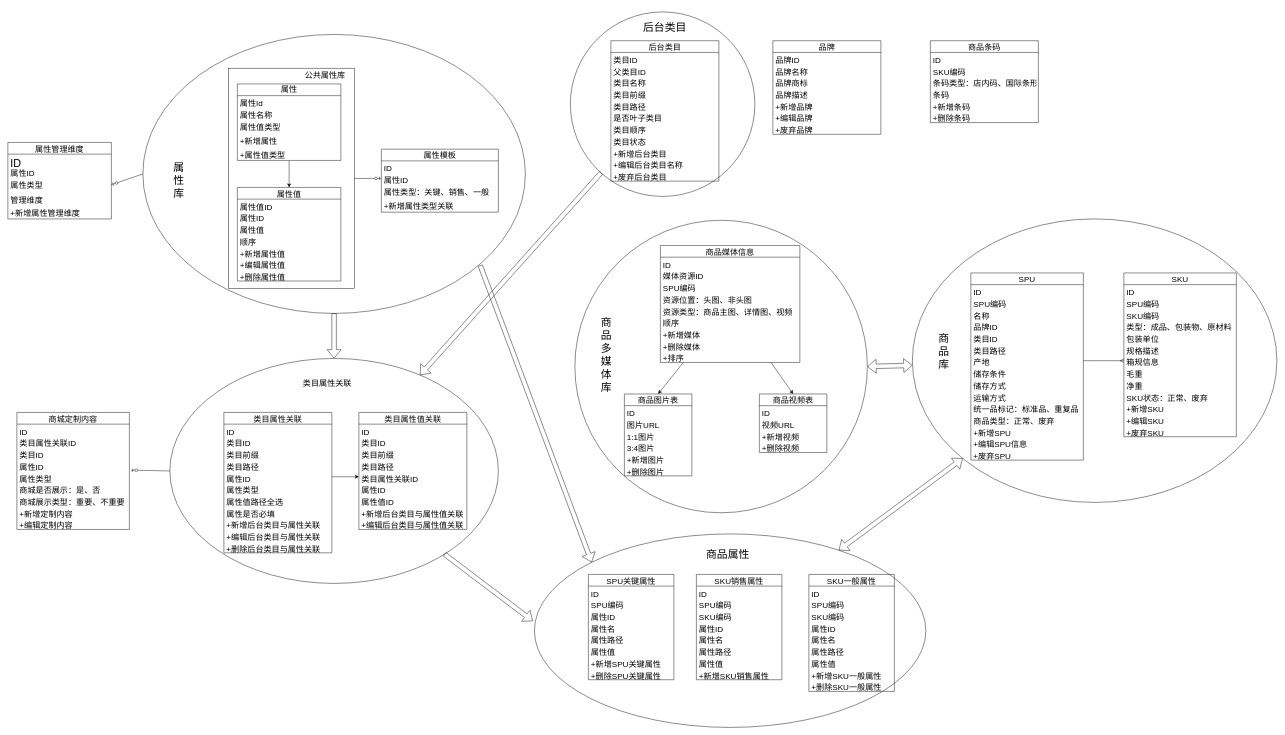
This is mode Diagram.drawio from baizi/draw, a draw.io file, before an edit. Source tidied: cells renumbered, new cells numbered last; positions are measured from the earlier drawing's top-left corner, leaving out a move shared by most shapes. Both pictures are drawn from the tidied source at 45%, with x=0, y=0 at pixel (8, 12).
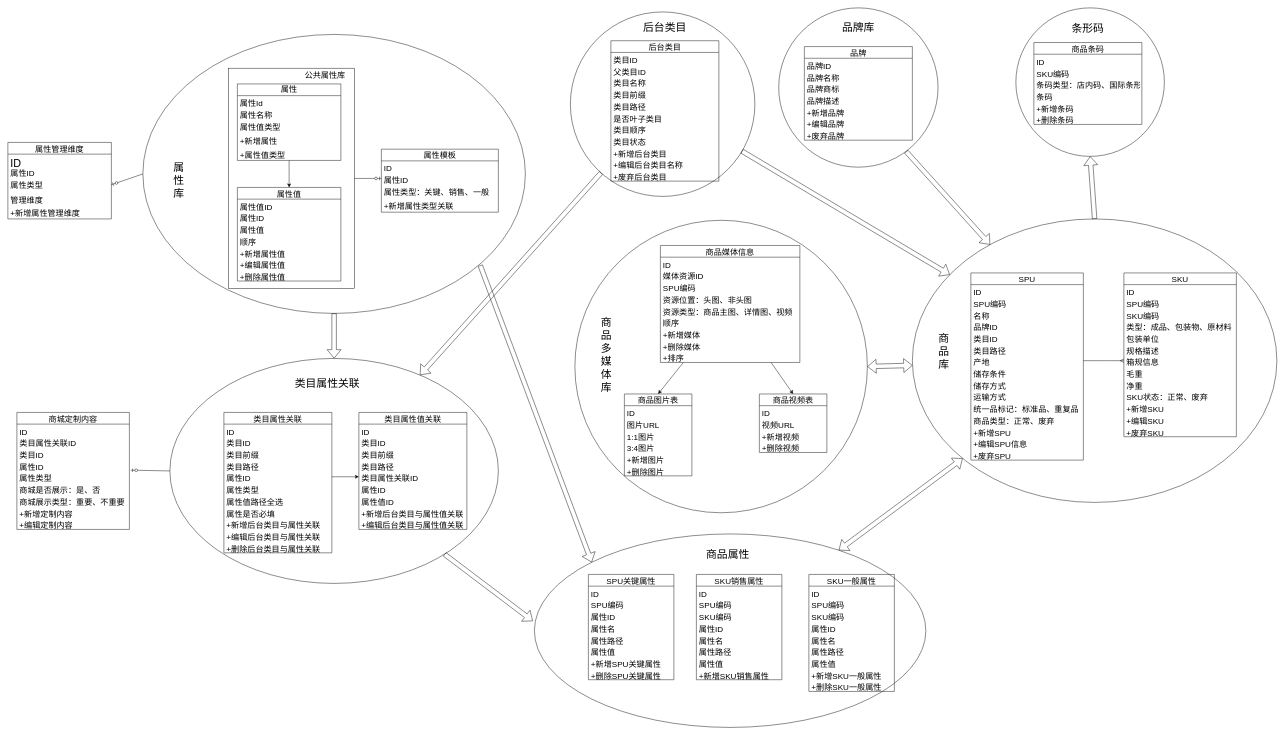
The same page after the edit.

The change refers to these unchanged cells:
```xml
<mxCell id="2" style="ellipse;whiteSpace=wrap;html=1;fontSize=24;" parent="1" vertex="1">
  <mxGeometry x="1250" width="410" height="410" as="geometry" />
</mxCell>
<mxCell id="5" style="ellipse;whiteSpace=wrap;html=1;fontSize=18;" parent="1" vertex="1">
  <mxGeometry x="2010" y="460" width="810" height="630" as="geometry" />
</mxCell>
```

Change to the diagram source:
```diff
@@
+    <mxCell id="195" style="ellipse;whiteSpace=wrap;html=1;fontSize=24;" parent="1" vertex="1">
+      <mxGeometry x="2240" y="-9" width="330" height="330" as="geometry" />
+    </mxCell>
+    <mxCell id="196" style="ellipse;whiteSpace=wrap;html=1;fontSize=24;" parent="1" vertex="1">
+      <mxGeometry x="1713" y="-9" width="354" height="354" as="geometry" />
+    </mxCell>
@@
-    <mxCell id="70" value="类目属性关联" style="text;html=1;strokeColor=none;fillColor=none;align=center;verticalAlign=middle;whiteSpace=wrap;rounded=0;fontSize=18;" parent="1" vertex="1">
+    <mxCell id="70" value="&lt;font style=&quot;font-size: 24px;&quot;&gt;类目属性关联&lt;/font&gt;" style="text;html=1;strokeColor=none;fillColor=none;align=center;verticalAlign=middle;whiteSpace=wrap;rounded=0;fontSize=18;" parent="1" vertex="1">
       <mxGeometry x="630" y="810" width="160" height="30" as="geometry" />
     </mxCell>
@@
     <mxCell id="87" value="品牌" style="swimlane;fontStyle=0;horizontal=1;startSize=26;fillColor=none;fontSize=18;" parent="1" vertex="1">
-      <mxGeometry x="1700" y="64" width="240" height="208" as="geometry" />
+      <mxGeometry x="1770" y="77" width="240" height="208" as="geometry" />
     </mxCell>
@@
     <mxCell id="95" value="商品条码" style="swimlane;fontStyle=0;horizontal=1;startSize=26;fillColor=none;fontSize=18;" parent="1" vertex="1">
-      <mxGeometry x="2050" y="64" width="240" height="182" as="geometry" />
+      <mxGeometry x="2280" y="68" width="240" height="182" as="geometry" />
     </mxCell>
@@
+    <mxCell id="197" value="品牌库" style="text;html=1;strokeColor=none;fillColor=none;align=center;verticalAlign=middle;whiteSpace=wrap;rounded=0;fontSize=24;" parent="1" vertex="1">
+      <mxGeometry x="1845" y="20" width="90" height="30" as="geometry" />
+    </mxCell>
+    <mxCell id="198" value="条形码" style="text;html=1;strokeColor=none;fillColor=none;align=center;verticalAlign=middle;whiteSpace=wrap;rounded=0;fontSize=24;" parent="1" vertex="1">
+      <mxGeometry x="2355" y="21" width="90" height="30" as="geometry" />
+    </mxCell>
+    <mxCell id="199" style="shape=flexArrow;endArrow=classic;html=1;rounded=0;fontSize=24;" parent="1" edge="1" source="2" target="5">
+      <mxGeometry relative="1" as="geometry" />
+    </mxCell>
+    <mxCell id="200" style="shape=flexArrow;endArrow=classic;html=1;rounded=0;fontSize=24;exitX=0.8;exitY=0.902;exitDx=0;exitDy=0;exitPerimeter=0;" parent="1" edge="1" source="196" target="5">
+      <mxGeometry relative="1" as="geometry" />
+    </mxCell>
+    <mxCell id="201" style="shape=flexArrow;endArrow=classic;html=1;rounded=0;fontSize=24;entryX=0.5;entryY=1;entryDx=0;entryDy=0;exitX=0.5;exitY=0;exitDx=0;exitDy=0;" parent="1" edge="1" source="5" target="195">
+      <mxGeometry relative="1" as="geometry" />
+    </mxCell>
```
